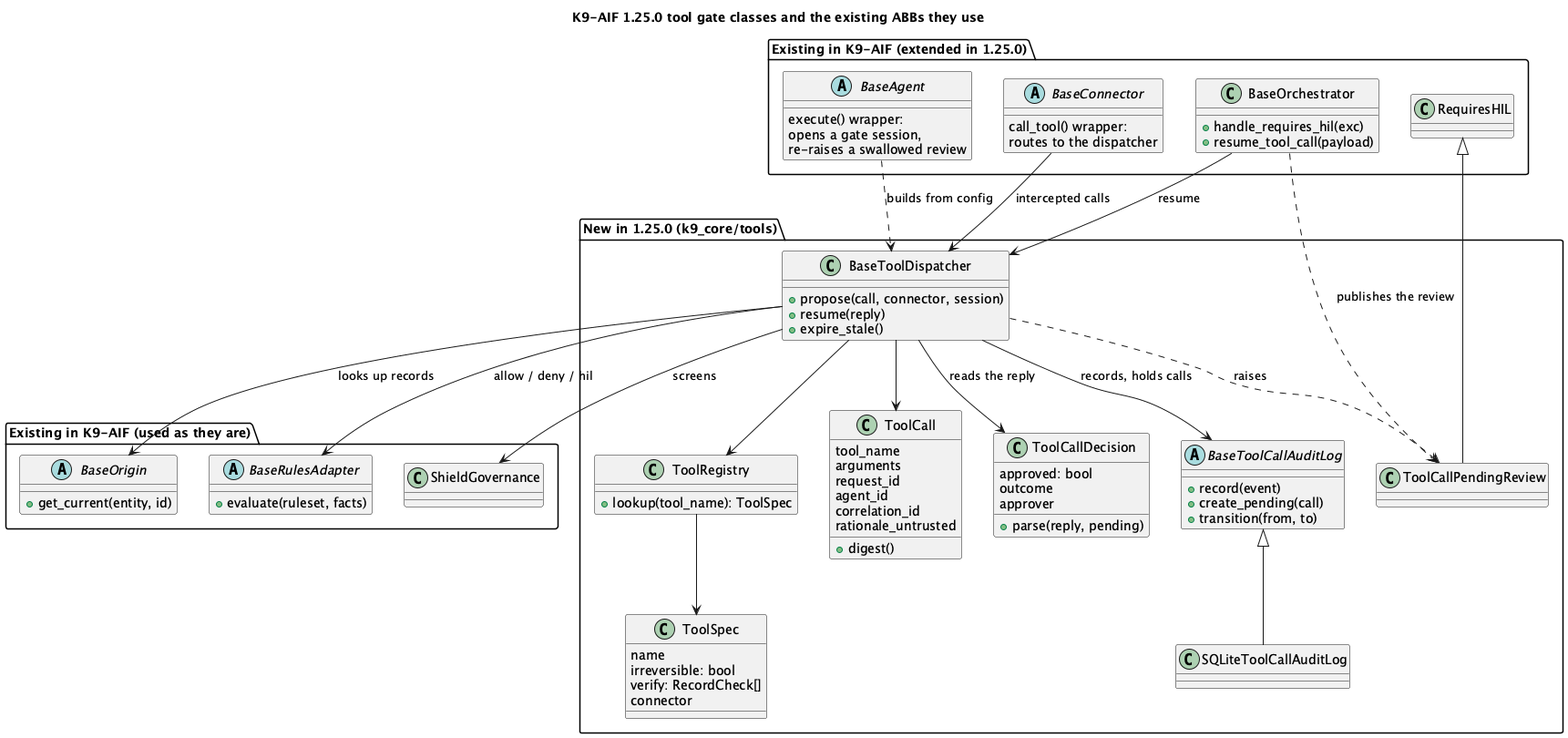
k9aif/k9-aif-blogs keeps this PlantUML diagram as assets/images/blogs/hil-review-classes.png. Above is the earlier version.
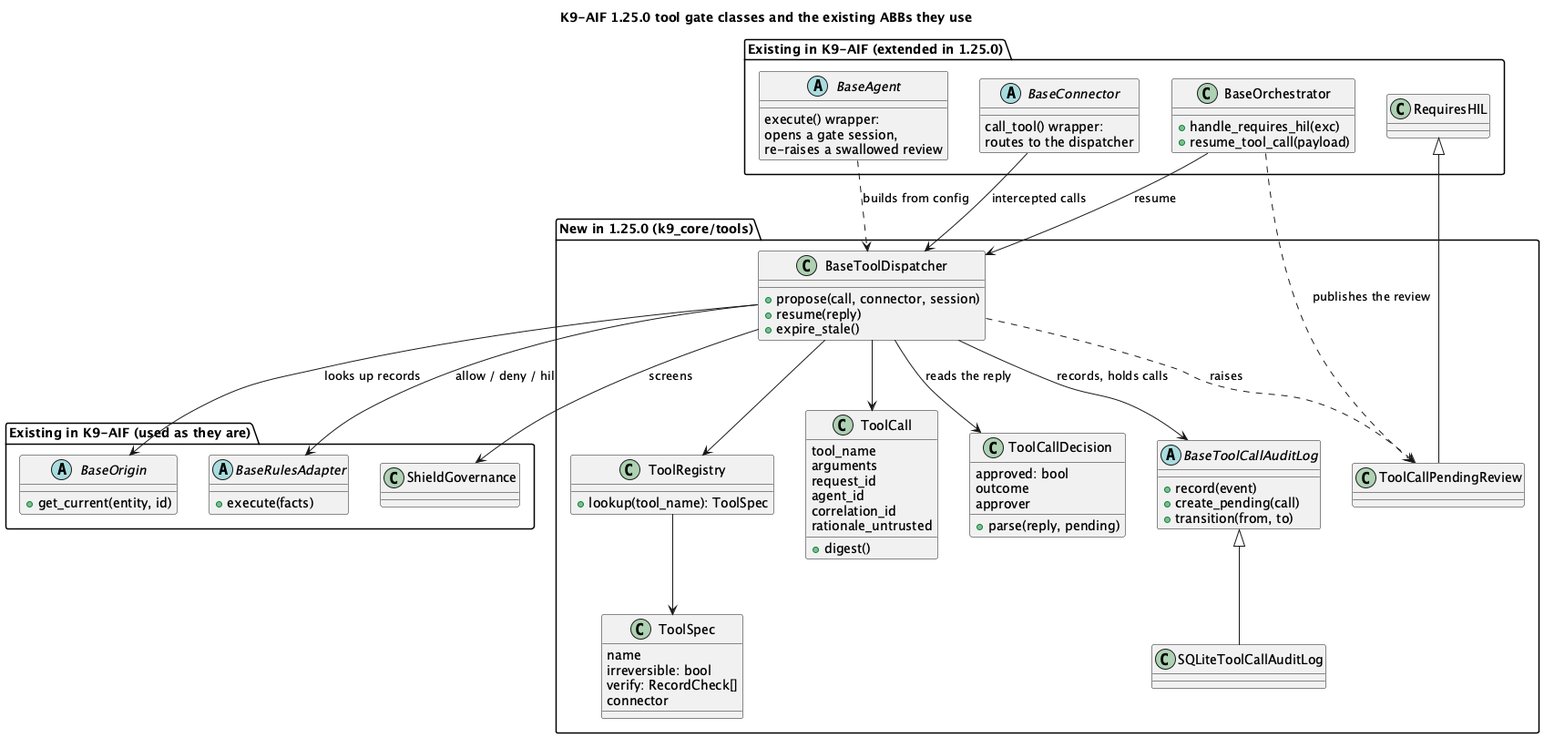
After the commit.

Commit message:
Blog draft: review fixes; K9X RulesEngine only mentioned as in the pipeline

Change to the diagram source:
```diff
@@ -61,7 +61,7 @@
     +get_current(entity, id)
   }
   abstract class BaseRulesAdapter {
-    +evaluate(ruleset, facts)
+    +execute(facts)
   }
 }
 
```
